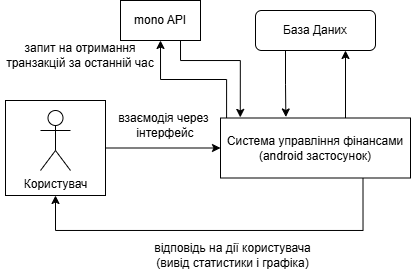
Before: diagrams/DFD/ContextDFD.drawio.png, a diagram exported from draw.io (deyme17/ExpensesTracker). Source tidied: cells renumbered, new cells last; positions are measured from the earlier drawing's top-left corner, leaving out a move shared by most shapes.
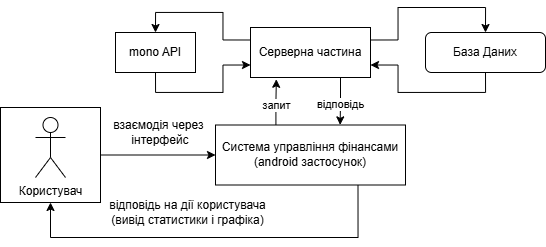
Later version of the same file.

The edit, as a diff of the source:
```diff
@@ -5,22 +5,6 @@
     <mxCell id="2" style="edgeStyle=orthogonalEdgeStyle;rounded=0;jettySize=auto;html=1;entryX=0;entryY=0.5;entryDx=0;entryDy=0;" parent="1" edge="1" source="15" target="6">
       <mxGeometry relative="1" as="geometry" />
     </mxCell>
-    <mxCell id="3" style="edgeStyle=orthogonalEdgeStyle;rounded=0;jettySize=auto;html=1;entryX=0.75;entryY=1;entryDx=0;entryDy=0;" parent="1" edge="1" source="6" target="7">
-      <mxGeometry relative="1" as="geometry">
-        <Array as="points">
-          <mxPoint x="340" y="120" />
-          <mxPoint x="340" y="120" />
-        </Array>
-      </mxGeometry>
-    </mxCell>
-    <mxCell id="4" style="edgeStyle=orthogonalEdgeStyle;rounded=0;jettySize=auto;html=1;exitX=0.032;exitY=0.01;exitDx=0;exitDy=0;entryX=0.5;entryY=1;entryDx=0;entryDy=0;exitPerimeter=0;" parent="1" edge="1" source="6" target="9">
-      <mxGeometry relative="1" as="geometry">
-        <Array as="points">
-          <mxPoint x="226" y="79" />
-          <mxPoint x="160" y="79" />
-        </Array>
-      </mxGeometry>
-    </mxCell>
     <mxCell id="5" style="edgeStyle=orthogonalEdgeStyle;rounded=0;jettySize=auto;html=1;exitX=0.75;exitY=1;exitDx=0;exitDy=0;entryX=0.5;entryY=1;entryDx=0;entryDy=0;" parent="1" edge="1" source="6" target="15">
       <mxGeometry relative="1" as="geometry">
         <Array as="points">
@@ -32,31 +16,23 @@
     <mxCell id="6" value="Система управління фінансами&lt;div&gt;(android застосунок)&lt;/div&gt;" style="rounded=0;whiteSpace=wrap;html=1;" parent="1" vertex="1">
       <mxGeometry x="220" y="117.5" width="190" height="60" as="geometry" />
     </mxCell>
+    <mxCell id="17" style="edgeStyle=orthogonalEdgeStyle;rounded=0;jettySize=auto;html=1;entryX=1;entryY=0.75;entryDx=0;entryDy=0;exitX=0.5;exitY=1;exitDx=0;exitDy=0;" parent="1" edge="1" source="7" target="21">
+      <mxGeometry relative="1" as="geometry" />
+    </mxCell>
     <mxCell id="7" value="База Даних" style="rounded=1;whiteSpace=wrap;html=1;" parent="1" vertex="1">
-      <mxGeometry x="255" y="10" width="120" height="40" as="geometry" />
+      <mxGeometry x="430" y="25" width="120" height="40" as="geometry" />
     </mxCell>
-    <mxCell id="8" style="edgeStyle=orthogonalEdgeStyle;rounded=0;jettySize=auto;html=1;entryX=0.104;entryY=-0.01;entryDx=0;entryDy=0;entryPerimeter=0;exitX=0.75;exitY=1;exitDx=0;exitDy=0;" parent="1" edge="1" source="9" target="6">
-      <mxGeometry relative="1" as="geometry">
-        <Array as="points">
-          <mxPoint x="180" y="60" />
-          <mxPoint x="240" y="60" />
-        </Array>
-      </mxGeometry>
-    </mxCell>
+    <mxCell id="18" style="edgeStyle=orthogonalEdgeStyle;rounded=0;jettySize=auto;html=1;entryX=0;entryY=0.75;entryDx=0;entryDy=0;exitX=0.5;exitY=1;exitDx=0;exitDy=0;" parent="1" edge="1" source="9" target="21">
+      <mxGeometry relative="1" as="geometry" />
+    </mxCell>
     <mxCell id="9" value="mono API" style="rounded=0;whiteSpace=wrap;html=1;" parent="1" vertex="1">
-      <mxGeometry x="120" width="80" height="40" as="geometry" />
+      <mxGeometry x="120" y="25" width="80" height="40" as="geometry" />
     </mxCell>
     <mxCell id="10" value="взаємодія через&amp;nbsp;&lt;div&gt;інтерфейс&lt;/div&gt;" style="text;html=1;align=center;verticalAlign=middle;whiteSpace=wrap;rounded=0;" parent="1" vertex="1">
       <mxGeometry x="75" y="110" width="180" height="30" as="geometry" />
     </mxCell>
-    <mxCell id="11" style="edgeStyle=orthogonalEdgeStyle;rounded=0;jettySize=auto;html=1;exitX=0.25;exitY=1;exitDx=0;exitDy=0;entryX=0.344;entryY=-0.017;entryDx=0;entryDy=0;entryPerimeter=0;" parent="1" edge="1" source="7" target="6">
-      <mxGeometry relative="1" as="geometry" />
-    </mxCell>
-    <mxCell id="12" value="запит на отримання транзакцій за останній час" style="text;html=1;align=center;verticalAlign=middle;whiteSpace=wrap;rounded=0;" parent="1" vertex="1">
-      <mxGeometry y="40" width="160" height="30" as="geometry" />
-    </mxCell>
     <mxCell id="13" value="відповідь на дії користувача&lt;br&gt;(вивід статистики і графіка)" style="text;html=1;align=center;verticalAlign=middle;whiteSpace=wrap;rounded=0;" parent="1" vertex="1">
-      <mxGeometry x="150" y="240" width="165" height="30" as="geometry" />
+      <mxGeometry x="110" y="190" width="165" height="30" as="geometry" />
     </mxCell>
     <mxCell id="14" style="group;" parent="1" vertex="1">
       <mxGeometry x="5" y="100" width="100" height="95" as="geometry" />
@@ -67,5 +43,28 @@
     <mxCell id="16" value="Користувач" style="shape=umlActor;verticalLabelPosition=bottom;verticalAlign=top;html=1;" parent="14" vertex="1">
       <mxGeometry x="35" y="10" width="30" height="60" as="geometry" />
     </mxCell>
+    <mxCell id="19" style="edgeStyle=orthogonalEdgeStyle;rounded=0;jettySize=auto;html=1;exitX=1;exitY=0.25;exitDx=0;exitDy=0;entryX=0.5;entryY=0;entryDx=0;entryDy=0;" parent="1" edge="1" source="21" target="7">
+      <mxGeometry relative="1" as="geometry" />
+    </mxCell>
+    <mxCell id="20" style="edgeStyle=orthogonalEdgeStyle;rounded=0;jettySize=auto;html=1;entryX=0.5;entryY=0;entryDx=0;entryDy=0;exitX=0;exitY=0.25;exitDx=0;exitDy=0;" parent="1" edge="1" source="21" target="9">
+      <mxGeometry relative="1" as="geometry" />
+    </mxCell>
+    <mxCell id="21" value="Серверна частина" style="rounded=0;whiteSpace=wrap;html=1;" parent="1" vertex="1">
+      <mxGeometry x="255" y="20" width="120" height="50" as="geometry" />
+    </mxCell>
+    <mxCell id="22" style="edgeStyle=orthogonalEdgeStyle;rounded=0;jettySize=auto;html=1;exitX=0.318;exitY=-0.005;exitDx=0;exitDy=0;entryX=0.107;entryY=1.036;entryDx=0;entryDy=0;entryPerimeter=0;exitPerimeter=0;" parent="1" edge="1" source="6">
+      <mxGeometry relative="1" as="geometry">
+        <mxPoint x="280.8" y="71.8" as="targetPoint" />
+      </mxGeometry>
+    </mxCell>
+    <mxCell id="23" value="запит" style="edgeLabel;html=1;align=center;verticalAlign=middle;" parent="22" vertex="1">
+      <mxGeometry x="-0.14" relative="1" as="geometry" />
+    </mxCell>
+    <mxCell id="24" style="edgeStyle=orthogonalEdgeStyle;rounded=0;jettySize=auto;html=1;exitX=0.75;exitY=1;exitDx=0;exitDy=0;entryX=0.656;entryY=-0.002;entryDx=0;entryDy=0;entryPerimeter=0;" parent="1" edge="1" source="21" target="6">
+      <mxGeometry relative="1" as="geometry" />
+    </mxCell>
+    <mxCell id="25" value="відповідь" style="edgeLabel;html=1;align=center;verticalAlign=middle;" parent="24" vertex="1">
+      <mxGeometry x="0.12" relative="1" as="geometry" />
+    </mxCell>
   </root>
 </mxGraphModel>
```
